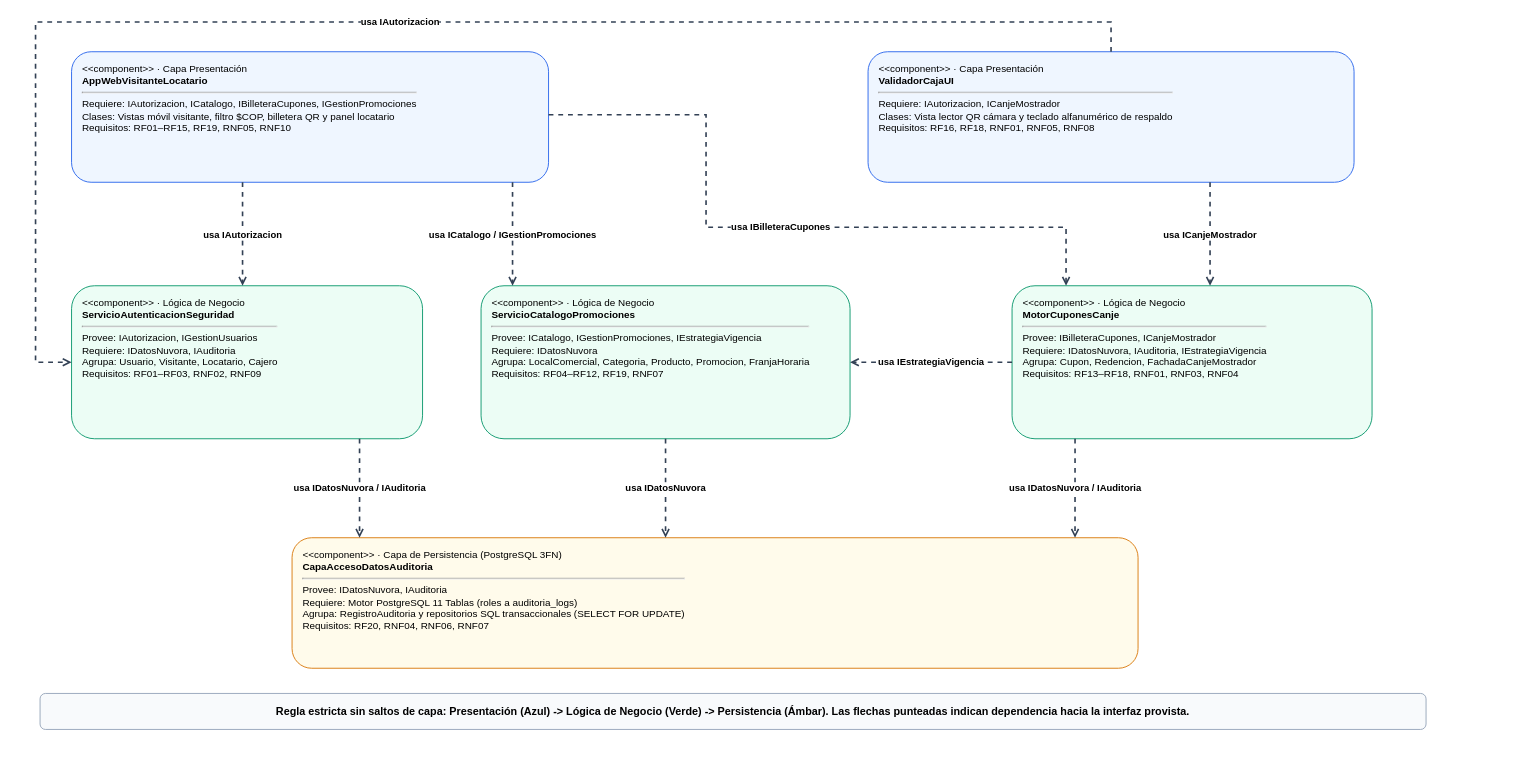
Before: 02-training-project/01-phase/02-planning/06-architecture/04-evidence-learning/G2-P1-esquivel/05-vista-componentes.drawio in edwin-esquivel-ADSO/ADSO-3413974, a draw.io diagram. Source tidied: cells renumbered, new cells numbered last; positions are measured from the earlier drawing's top-left corner, leaving out a move shared by most shapes. Both pictures are drawn from the tidied source at 90%, with x=0, y=0 at pixel (35, 22).
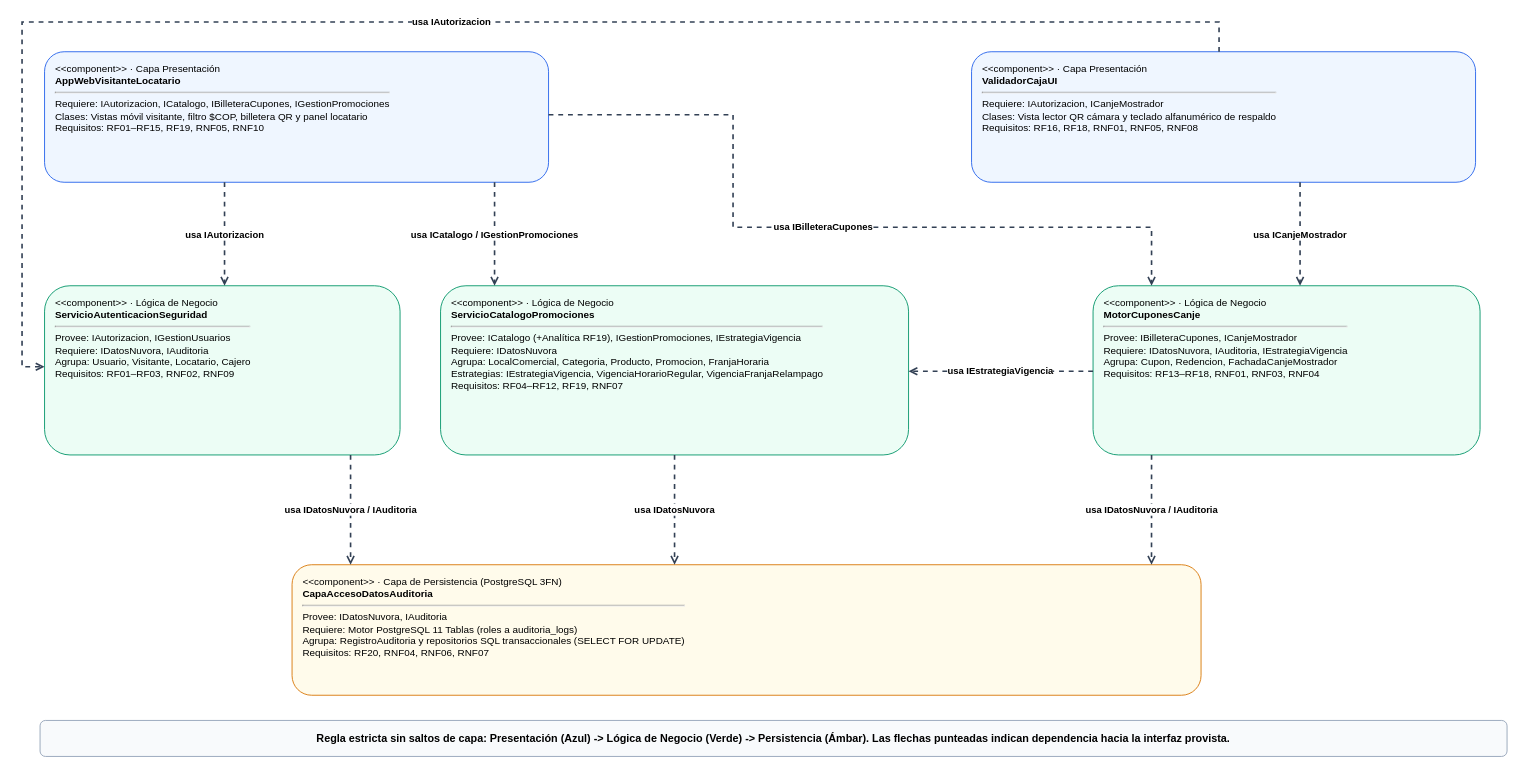
The same page after the edit.

Commit message (it also covers changes not shown here):
docs(G2-P1): ampliar anchos en clases/componentes, rol ADMINISTRADOR, RF19 y README

Diff of the diagram source:
```diff
@@
     <mxCell id="2" value="&amp;lt;&amp;lt;component&amp;gt;&amp;gt; · Capa Presentación&lt;br&gt;&lt;b&gt;AppWebVisitanteLocatario&lt;/b&gt;&lt;hr/&gt;Requiere: IAutorizacion, ICatalogo, IBilleteraCupones, IGestionPromociones&lt;br&gt;Clases: Vistas móvil visitante, filtro $COP, billetera QR y panel locatario&lt;br&gt;Requisitos: RF01–RF15, RF19, RNF05, RNF10" style="rounded=1;whiteSpace=wrap;html=1;align=left;verticalAlign=top;spacingTop=6;spacingLeft=10;spacingRight=10;fillColor=#EFF6FF;strokeColor=#2563EB;fontSize=11;" parent="1" vertex="1">
-      <mxGeometry x="40" y="33" width="530" height="145" as="geometry" />
+      <mxGeometry x="10" y="33" width="560" height="145" as="geometry" />
     </mxCell>
     <mxCell id="3" value="&amp;lt;&amp;lt;component&amp;gt;&amp;gt; · Capa Presentación&lt;br&gt;&lt;b&gt;ValidadorCajaUI&lt;/b&gt;&lt;hr/&gt;Requiere: IAutorizacion, ICanjeMostrador&lt;br&gt;Clases: Vista lector QR cámara y teclado alfanumérico de respaldo&lt;br&gt;Requisitos: RF16, RF18, RNF01, RNF05, RNF08" style="rounded=1;whiteSpace=wrap;html=1;align=left;verticalAlign=top;spacingTop=6;spacingLeft=10;spacingRight=10;fillColor=#EFF6FF;strokeColor=#2563EB;fontSize=11;" parent="1" vertex="1">
-      <mxGeometry x="925" y="33" width="540" height="145" as="geometry" />
+      <mxGeometry x="1040" y="33" width="560" height="145" as="geometry" />
     </mxCell>
     <mxCell id="4" value="&amp;lt;&amp;lt;component&amp;gt;&amp;gt; · Lógica de Negocio&lt;br&gt;&lt;b&gt;ServicioAutenticacionSeguridad&lt;/b&gt;&lt;hr/&gt;Provee: IAutorizacion, IGestionUsuarios&lt;br&gt;Requiere: IDatosNuvora, IAuditoria&lt;br&gt;Agrupa: Usuario, Visitante, Locatario, Cajero&lt;br&gt;Requisitos: RF01–RF03, RNF02, RNF09" style="rounded=1;whiteSpace=wrap;html=1;align=left;verticalAlign=top;spacingTop=6;spacingLeft=10;spacingRight=10;fillColor=#ECFDF5;strokeColor=#059669;fontSize=11;" parent="1" vertex="1">
-      <mxGeometry x="40" y="293" width="390" height="170" as="geometry" />
+      <mxGeometry x="10" y="293" width="395" height="188" as="geometry" />
     </mxCell>
-    <mxCell id="5" value="&amp;lt;&amp;lt;component&amp;gt;&amp;gt; · Lógica de Negocio&lt;br&gt;&lt;b&gt;ServicioCatalogoPromociones&lt;/b&gt;&lt;hr/&gt;Provee: ICatalogo, IGestionPromociones, IEstrategiaVigencia&lt;br&gt;Requiere: IDatosNuvora&lt;br&gt;Agrupa: LocalComercial, Categoria, Producto, Promocion, FranjaHoraria&lt;br&gt;Requisitos: RF04–RF12, RF19, RNF07" style="rounded=1;whiteSpace=wrap;html=1;align=left;verticalAlign=top;spacingTop=6;spacingLeft=10;spacingRight=10;fillColor=#ECFDF5;strokeColor=#059669;fontSize=11;" parent="1" vertex="1">
-      <mxGeometry x="495" y="293" width="410" height="170" as="geometry" />
+    <mxCell id="5" value="&amp;lt;&amp;lt;component&amp;gt;&amp;gt; · Lógica de Negocio&lt;br&gt;&lt;b&gt;ServicioCatalogoPromociones&lt;/b&gt;&lt;hr/&gt;Provee: ICatalogo (+Analítica RF19), IGestionPromociones, IEstrategiaVigencia&lt;br&gt;Requiere: IDatosNuvora&lt;br&gt;Agrupa: LocalComercial, Categoria, Producto, Promocion, FranjaHoraria&lt;br&gt;Estrategias: IEstrategiaVigencia, VigenciaHorarioRegular, VigenciaFranjaRelampago&lt;br&gt;Requisitos: RF04–RF12, RF19, RNF07" style="rounded=1;whiteSpace=wrap;html=1;align=left;verticalAlign=top;spacingTop=6;spacingLeft=10;spacingRight=10;fillColor=#ECFDF5;strokeColor=#059669;fontSize=11;" parent="1" vertex="1">
+      <mxGeometry x="450" y="293" width="520" height="188" as="geometry" />
     </mxCell>
     <mxCell id="6" value="&amp;lt;&amp;lt;component&amp;gt;&amp;gt; · Lógica de Negocio&lt;br&gt;&lt;b&gt;MotorCuponesCanje&lt;/b&gt;&lt;hr/&gt;Provee: IBilleteraCupones, ICanjeMostrador&lt;br&gt;Requiere: IDatosNuvora, IAuditoria, IEstrategiaVigencia&lt;br&gt;Agrupa: Cupon, Redencion, FachadaCanjeMostrador&lt;br&gt;Requisitos: RF13–RF18, RNF01, RNF03, RNF04" style="rounded=1;whiteSpace=wrap;html=1;align=left;verticalAlign=top;spacingTop=6;spacingLeft=10;spacingRight=10;fillColor=#ECFDF5;strokeColor=#059669;fontSize=11;" parent="1" vertex="1">
-      <mxGeometry x="1085" y="293" width="400" height="170" as="geometry" />
+      <mxGeometry x="1175" y="293" width="430" height="188" as="geometry" />
     </mxCell>
     <mxCell id="7" value="&amp;lt;&amp;lt;component&amp;gt;&amp;gt; · Capa de Persistencia (PostgreSQL 3FN)&lt;br&gt;&lt;b&gt;CapaAccesoDatosAuditoria&lt;/b&gt;&lt;hr/&gt;Provee: IDatosNuvora, IAuditoria&lt;br&gt;Requiere: Motor PostgreSQL 11 Tablas (roles a auditoria_logs)&lt;br&gt;Agrupa: RegistroAuditoria y repositorios SQL transaccionales (SELECT FOR UPDATE)&lt;br&gt;Requisitos: RF20, RNF04, RNF06, RNF07" style="rounded=1;whiteSpace=wrap;html=1;align=left;verticalAlign=top;spacingTop=6;spacingLeft=10;spacingRight=10;fillColor=#FFFBEB;strokeColor=#D97706;fontSize=11;" parent="1" vertex="1">
-      <mxGeometry x="285" y="573" width="940" height="145" as="geometry" />
+      <mxGeometry x="285" y="603" width="1010" height="145" as="geometry" />
     </mxCell>
-    <mxCell id="8" value="usa IAutorizacion" style="edgeStyle=orthogonalEdgeStyle;rounded=0;html=1;dashed=1;endArrow=open;strokeColor=#334155;strokeWidth=1.8;exitX=0.3585;exitY=1.0;exitDx=0;exitDy=0;entryX=0.4872;entryY=0.0;entryDx=0;entryDy=0;labelBackgroundColor=#FFFFFF;fontSize=10.5;fontStyle=1;" parent="1" edge="1" source="2" target="4">
+    <mxCell id="8" value="usa IAutorizacion" style="edgeStyle=orthogonalEdgeStyle;rounded=0;html=1;dashed=1;endArrow=open;strokeColor=#334155;strokeWidth=1.8;exitX=0.3571;exitY=1.0;exitDx=0;exitDy=0;entryX=0.5063;entryY=0.0;entryDx=0;entryDy=0;labelBackgroundColor=#FFFFFF;fontSize=10.5;fontStyle=1;" parent="1" edge="1" source="2" target="4">
       <mxGeometry relative="1" as="geometry" />
     </mxCell>
-    <mxCell id="9" value="usa ICatalogo / IGestionPromociones" style="edgeStyle=orthogonalEdgeStyle;rounded=0;html=1;dashed=1;endArrow=open;strokeColor=#334155;strokeWidth=1.8;exitX=0.9245;exitY=1.0;exitDx=0;exitDy=0;entryX=0.0854;entryY=0.0;entryDx=0;entryDy=0;labelBackgroundColor=#FFFFFF;fontSize=10.5;fontStyle=1;" parent="1" edge="1" source="2" target="5">
+    <mxCell id="9" value="usa ICatalogo / IGestionPromociones" style="edgeStyle=orthogonalEdgeStyle;rounded=0;html=1;dashed=1;endArrow=open;strokeColor=#334155;strokeWidth=1.8;exitX=0.8929;exitY=1.0;exitDx=0;exitDy=0;entryX=0.1154;entryY=0.0;entryDx=0;entryDy=0;labelBackgroundColor=#FFFFFF;fontSize=10.5;fontStyle=1;" parent="1" edge="1" source="2" target="5">
       <mxGeometry relative="1" as="geometry" />
     </mxCell>
-    <mxCell id="10" value="usa IBilleteraCupones" style="edgeStyle=orthogonalEdgeStyle;rounded=0;html=1;dashed=1;endArrow=open;strokeColor=#334155;strokeWidth=1.8;exitX=1.0;exitY=0.4828;exitDx=0;exitDy=0;entryX=0.15;entryY=0.0;entryDx=0;entryDy=0;labelBackgroundColor=#FFFFFF;fontSize=10.5;fontStyle=1;" parent="1" edge="1" source="2" target="6">
+    <mxCell id="10" value="usa IBilleteraCupones" style="edgeStyle=orthogonalEdgeStyle;rounded=0;html=1;dashed=1;endArrow=open;strokeColor=#334155;strokeWidth=1.8;exitX=1.0;exitY=0.4828;exitDx=0;exitDy=0;entryX=0.1512;entryY=0.0;entryDx=0;entryDy=0;labelBackgroundColor=#FFFFFF;fontSize=10.5;fontStyle=1;" parent="1" edge="1" source="2" target="6">
       <mxGeometry relative="1" as="geometry">
         <Array as="points">
-          <mxPoint x="745" y="103" />
-          <mxPoint x="745" y="228" />
-          <mxPoint x="1145" y="228" />
+          <mxPoint x="775" y="103" />
+          <mxPoint x="775" y="228" />
+          <mxPoint x="1240" y="228" />
         </Array>
       </mxGeometry>
     </mxCell>
-    <mxCell id="11" value="usa IAutorizacion" style="edgeStyle=orthogonalEdgeStyle;rounded=0;html=1;dashed=1;endArrow=open;strokeColor=#334155;strokeWidth=1.8;exitX=0.5;exitY=0.0;exitDx=0;exitDy=0;entryX=0.0;entryY=0.5;entryDx=0;entryDy=0;labelBackgroundColor=#FFFFFF;fontSize=10.5;fontStyle=1;" parent="1" edge="1" source="3" target="4">
+    <mxCell id="11" value="usa IAutorizacion" style="edgeStyle=orthogonalEdgeStyle;rounded=0;html=1;dashed=1;endArrow=open;strokeColor=#334155;strokeWidth=1.8;exitX=0.4911;exitY=0.0;exitDx=0;exitDy=0;entryX=0.0;entryY=0.4787;entryDx=0;entryDy=0;labelBackgroundColor=#FFFFFF;fontSize=10.5;fontStyle=1;" parent="1" edge="1" source="3" target="4">
       <mxGeometry relative="1" as="geometry">
         <Array as="points">
-          <mxPoint x="1195" />
-          <mxPoint />
-          <mxPoint y="378" />
+          <mxPoint x="1315" />
+          <mxPoint x="-15" />
+          <mxPoint x="-15" y="383" />
         </Array>
       </mxGeometry>
     </mxCell>
-    <mxCell id="12" value="usa ICanjeMostrador" style="edgeStyle=orthogonalEdgeStyle;rounded=0;html=1;dashed=1;endArrow=open;strokeColor=#334155;strokeWidth=1.8;exitX=0.7037;exitY=1.0;exitDx=0;exitDy=0;entryX=0.55;entryY=0.0;entryDx=0;entryDy=0;labelBackgroundColor=#FFFFFF;fontSize=10.5;fontStyle=1;" parent="1" edge="1" source="3" target="6">
+    <mxCell id="12" value="usa ICanjeMostrador" style="edgeStyle=orthogonalEdgeStyle;rounded=0;html=1;dashed=1;endArrow=open;strokeColor=#334155;strokeWidth=1.8;exitX=0.6518;exitY=1.0;exitDx=0;exitDy=0;entryX=0.5349;entryY=0.0;entryDx=0;entryDy=0;labelBackgroundColor=#FFFFFF;fontSize=10.5;fontStyle=1;" parent="1" edge="1" source="3" target="6">
       <mxGeometry relative="1" as="geometry" />
     </mxCell>
-    <mxCell id="13" value="usa IEstrategiaVigencia" style="edgeStyle=orthogonalEdgeStyle;rounded=0;html=1;dashed=1;endArrow=open;strokeColor=#334155;strokeWidth=1.8;exitX=0.0;exitY=0.5;exitDx=0;exitDy=0;entryX=1.0;entryY=0.5;entryDx=0;entryDy=0;labelBackgroundColor=#FFFFFF;fontSize=10.5;fontStyle=1;" parent="1" edge="1" source="6" target="5">
+    <mxCell id="13" value="usa IEstrategiaVigencia" style="edgeStyle=orthogonalEdgeStyle;rounded=0;html=1;dashed=1;endArrow=open;strokeColor=#334155;strokeWidth=1.8;exitX=0.0;exitY=0.5053;exitDx=0;exitDy=0;entryX=1.0;entryY=0.5053;entryDx=0;entryDy=0;labelBackgroundColor=#FFFFFF;fontSize=10.5;fontStyle=1;" parent="1" edge="1" source="6" target="5">
       <mxGeometry relative="1" as="geometry" />
     </mxCell>
-    <mxCell id="14" value="usa IDatosNuvora / IAuditoria" style="edgeStyle=orthogonalEdgeStyle;rounded=0;html=1;dashed=1;endArrow=open;strokeColor=#334155;strokeWidth=1.8;exitX=0.8205;exitY=1.0;exitDx=0;exitDy=0;entryX=0.0798;entryY=0.0;entryDx=0;entryDy=0;labelBackgroundColor=#FFFFFF;fontSize=10.5;fontStyle=1;" parent="1" edge="1" source="4" target="7">
+    <mxCell id="14" value="usa IDatosNuvora / IAuditoria" style="edgeStyle=orthogonalEdgeStyle;rounded=0;html=1;dashed=1;endArrow=open;strokeColor=#334155;strokeWidth=1.8;exitX=0.8608;exitY=1.0;exitDx=0;exitDy=0;entryX=0.0644;entryY=0.0;entryDx=0;entryDy=0;labelBackgroundColor=#FFFFFF;fontSize=10.5;fontStyle=1;" parent="1" edge="1" source="4" target="7">
       <mxGeometry relative="1" as="geometry" />
     </mxCell>
-    <mxCell id="15" value="usa IDatosNuvora" style="edgeStyle=orthogonalEdgeStyle;rounded=0;html=1;dashed=1;endArrow=open;strokeColor=#334155;strokeWidth=1.8;exitX=0.5;exitY=1.0;exitDx=0;exitDy=0;entryX=0.4415;entryY=0.0;entryDx=0;entryDy=0;labelBackgroundColor=#FFFFFF;fontSize=10.5;fontStyle=1;" parent="1" edge="1" source="5" target="7">
+    <mxCell id="15" value="usa IDatosNuvora" style="edgeStyle=orthogonalEdgeStyle;rounded=0;html=1;dashed=1;endArrow=open;strokeColor=#334155;strokeWidth=1.8;exitX=0.5;exitY=1.0;exitDx=0;exitDy=0;entryX=0.4208;entryY=0.0;entryDx=0;entryDy=0;labelBackgroundColor=#FFFFFF;fontSize=10.5;fontStyle=1;" parent="1" edge="1" source="5" target="7">
       <mxGeometry relative="1" as="geometry" />
     </mxCell>
-    <mxCell id="16" value="usa IDatosNuvora / IAuditoria" style="edgeStyle=orthogonalEdgeStyle;rounded=0;html=1;dashed=1;endArrow=open;strokeColor=#334155;strokeWidth=1.8;exitX=0.175;exitY=1.0;exitDx=0;exitDy=0;entryX=0.9255;entryY=0.0;entryDx=0;entryDy=0;labelBackgroundColor=#FFFFFF;fontSize=10.5;fontStyle=1;" parent="1" edge="1" source="6" target="7">
+    <mxCell id="16" value="usa IDatosNuvora / IAuditoria" style="edgeStyle=orthogonalEdgeStyle;rounded=0;html=1;dashed=1;endArrow=open;strokeColor=#334155;strokeWidth=1.8;exitX=0.1512;exitY=1.0;exitDx=0;exitDy=0;entryX=0.9455;entryY=0.0;entryDx=0;entryDy=0;labelBackgroundColor=#FFFFFF;fontSize=10.5;fontStyle=1;" parent="1" edge="1" source="6" target="7">
       <mxGeometry relative="1" as="geometry" />
     </mxCell>
     <mxCell id="17" value="Regla estricta sin saltos de capa: Presentación (Azul) -&gt; Lógica de Negocio (Verde) -&gt; Persistencia (Ámbar). Las flechas punteadas indican dependencia hacia la interfaz provista." style="rounded=1;whiteSpace=wrap;html=1;fillColor=#F8FAFC;strokeColor=#94A3B8;fontSize=12;fontStyle=1;" parent="1" vertex="1">
-      <mxGeometry x="5" y="746" width="1540" height="40" as="geometry" />
+      <mxGeometry x="5" y="776" width="1630" height="40" as="geometry" />
     </mxCell>
```
